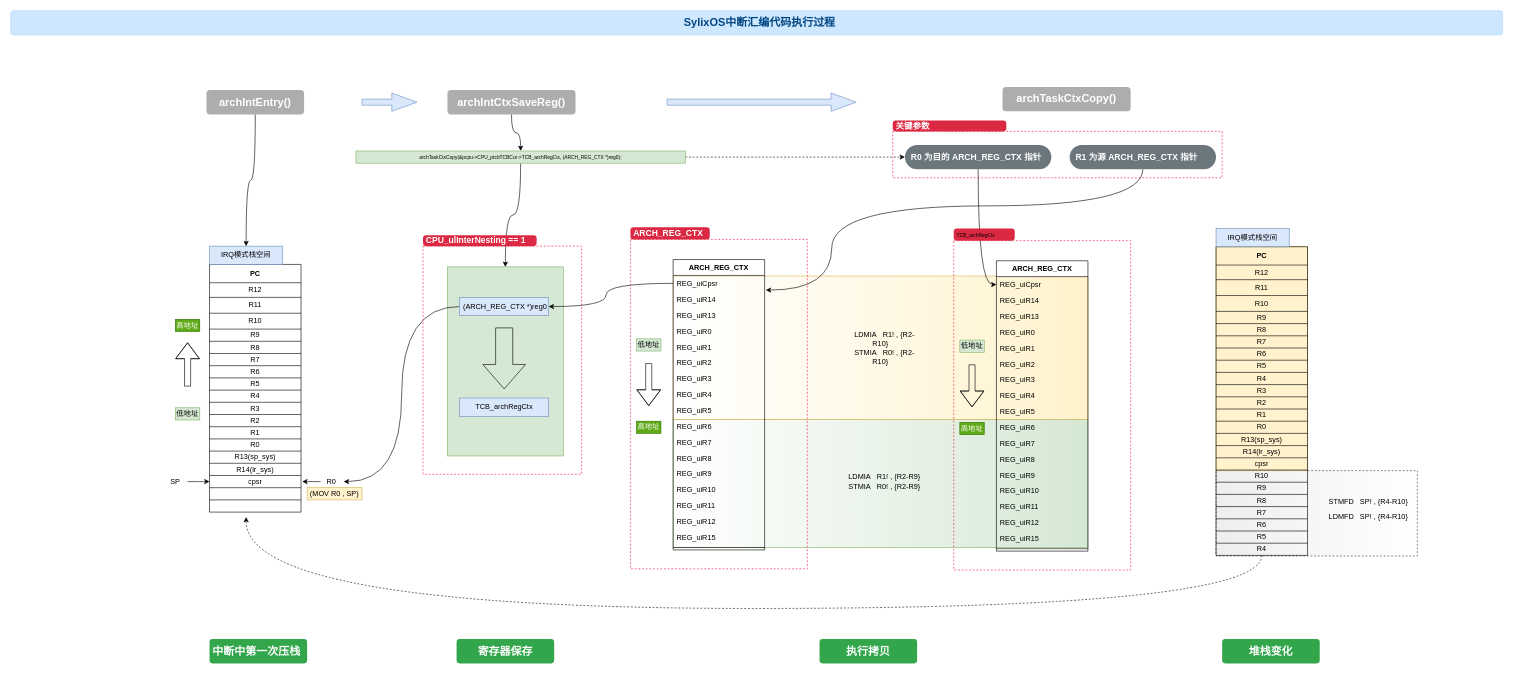
Above: draw/SylixOS中断处理流程.drawio in peng-fan/drawio (draw.io), before the change. Source tidied: cells renumbered, new cells numbered last; positions are measured from the earlier drawing's top-left corner, leaving out a move shared by most shapes. Both pictures are drawn from the tidied source at 61%, with x=0, y=0 at pixel (10, 10).
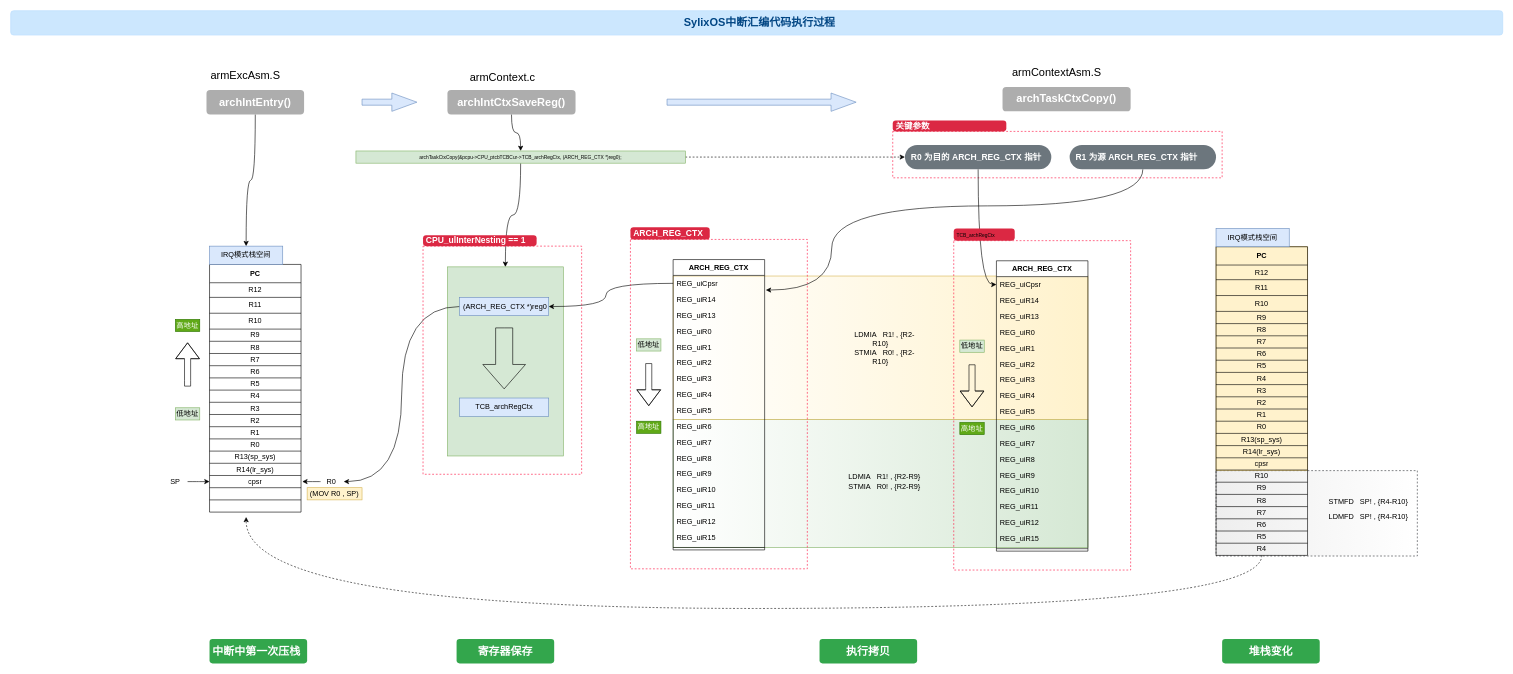
The same page after the edit.

Commit message (it also covers changes not shown here):
Update SylixOS中断处理流程.drawio

The edit, as a diff of the source:
```diff
@@
-    <mxCell id="8" style="group;" parent="1" vertex="1">
+    <mxCell id="8" style="group;fontSize=18;" parent="1" vertex="1">
       <mxGeometry x="326" y="386" width="150" height="396" as="geometry" />
     </mxCell>
@@
+    <mxCell id="188" value="armContext.c" style="text;html=1;strokeColor=none;fillColor=none;align=center;verticalAlign=middle;whiteSpace=wrap;rounded=0;dashed=1;fontSize=18;" parent="1" vertex="1">
+      <mxGeometry x="734.5" y="100" width="143" height="20" as="geometry" />
+    </mxCell>
+    <mxCell id="189" value="armContextAsm.S" style="text;whiteSpace=wrap;html=1;fontSize=18;" parent="1" vertex="1">
+      <mxGeometry x="1640" y="85" width="170" height="40" as="geometry" />
+    </mxCell>
+    <mxCell id="190" value="armExcAsm.S" style="text;whiteSpace=wrap;html=1;fontSize=18;" parent="1" vertex="1">
+      <mxGeometry x="326" y="90" width="140" height="40" as="geometry" />
+    </mxCell>
```
